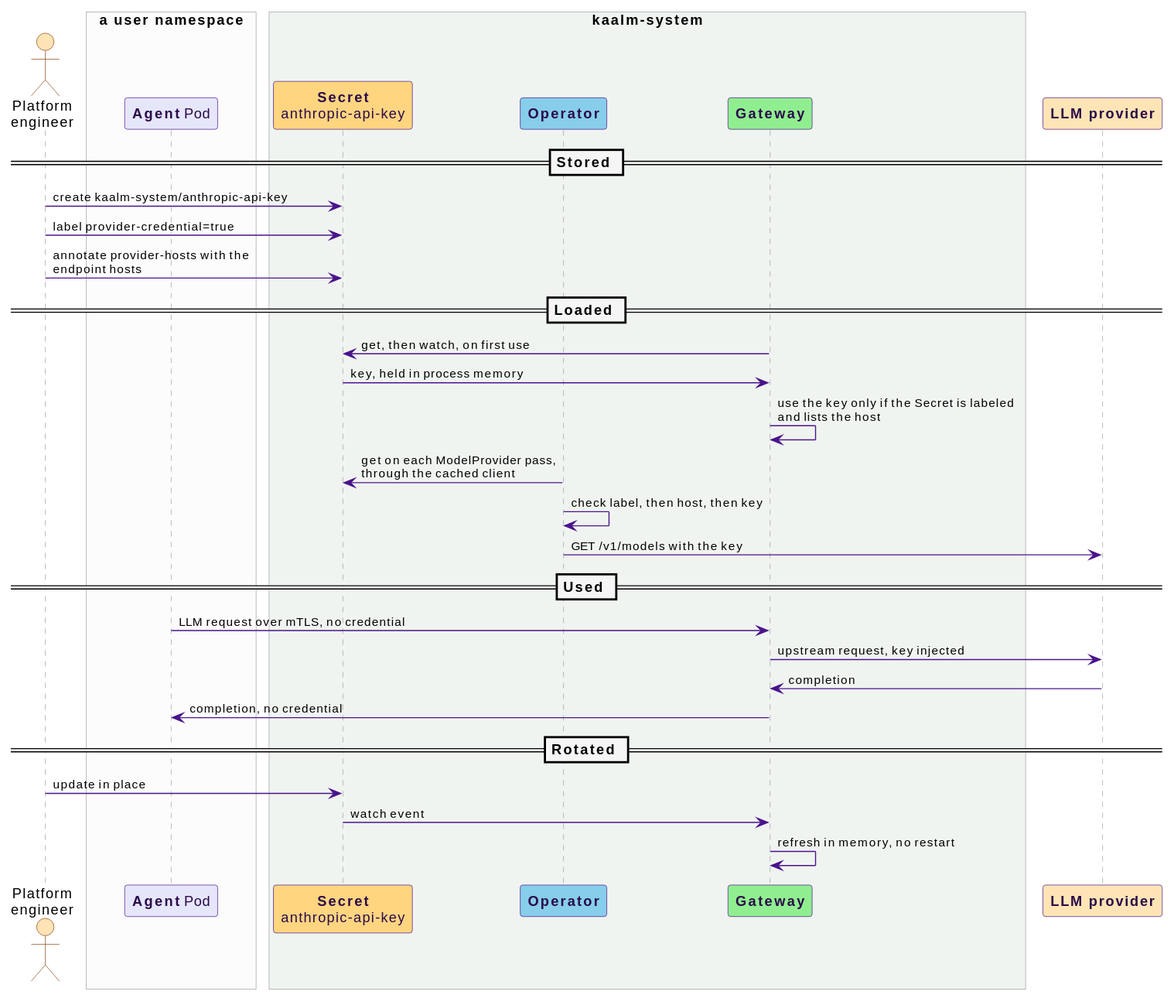
Earlier version of the PlantUML export docs/src/diagrams/llm-key-lifecycle.svg (win07xp/kaalm).
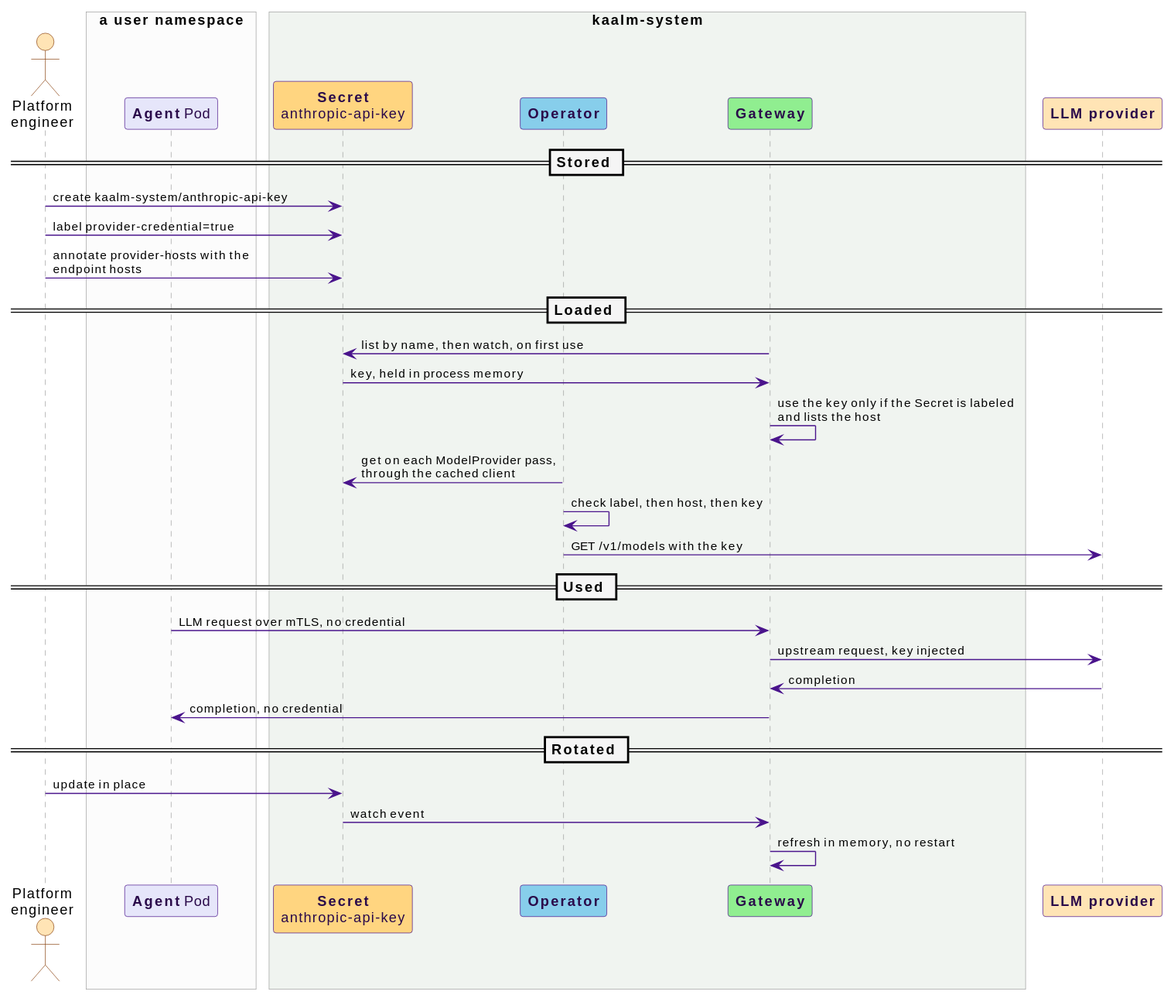
Above is the later version.

What changed in the source:
```diff
@@ -16,7 +16,7 @@
 PE -> SEC : label provider-credential=true
 PE -> SEC : annotate provider-hosts with the endpoint hosts
 == Loaded ==
-GW -> SEC : get, then watch, on first use
+GW -> SEC : list by name, then watch, on first use
 SEC -> GW : key, held in process memory
 GW -> GW : use the key only if the Secret is labeled and lists the host
 OP -> SEC : get on each ModelProvider pass, through the cached client
```
